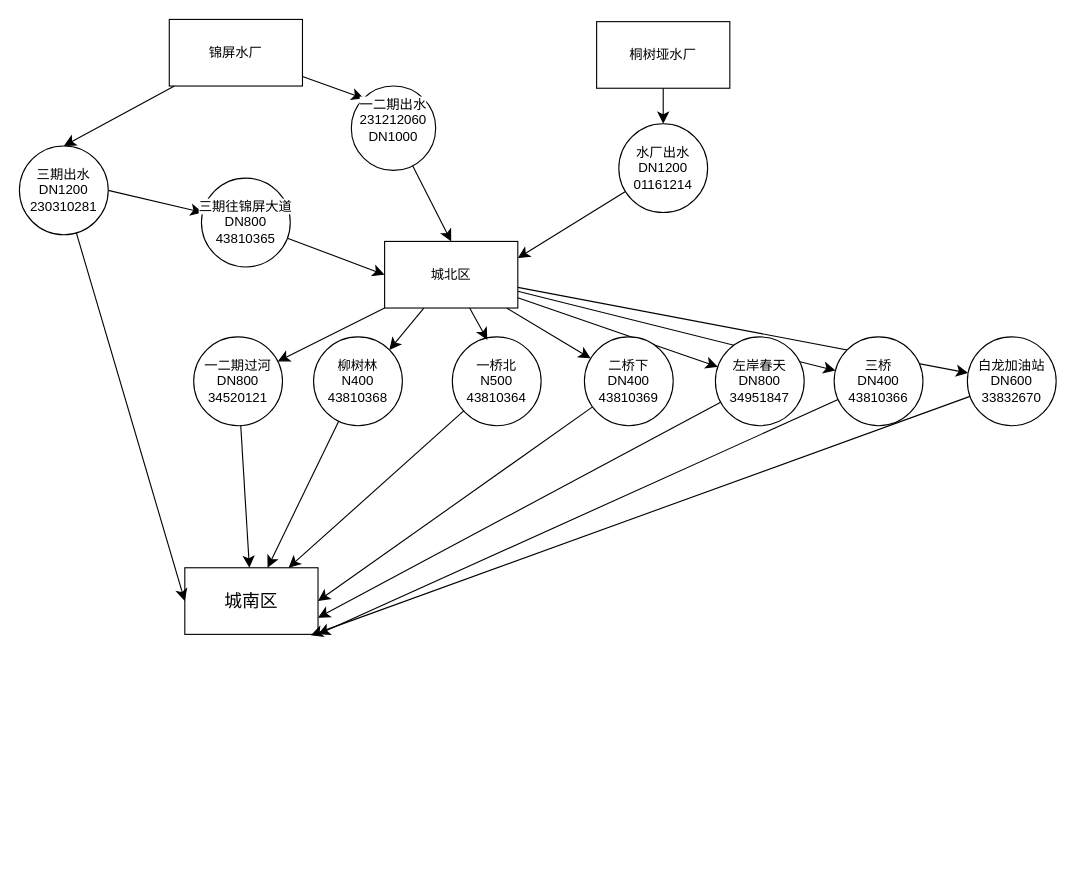
Above: 当阳分区草图.drawio in Z-oney/CS-Notes (draw.io), before the change. Source tidied: cells renumbered, new cells numbered last; positions are measured from the earlier drawing's top-left corner, leaving out a move shared by most shapes. Both pictures are drawn from the tidied source at 111%, with x=0, y=0 at pixel (19, 19).
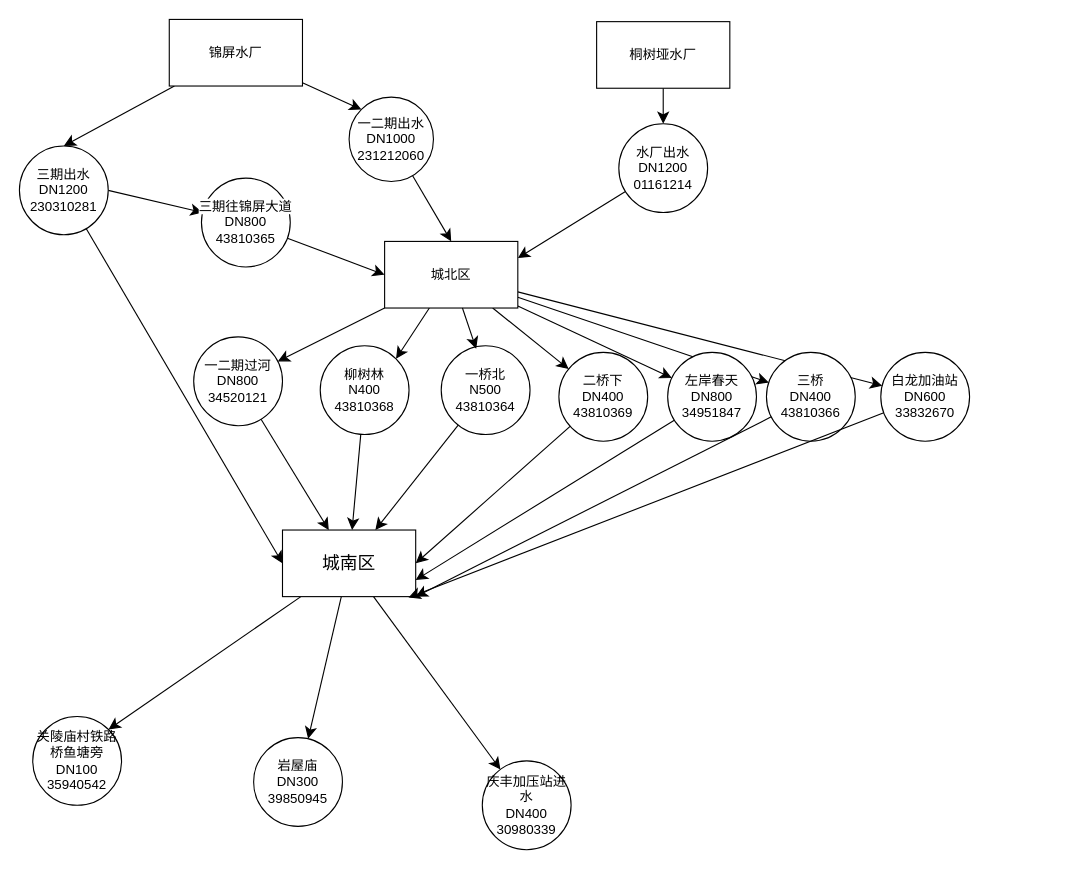
Above is the later version.

Commit message (it also covers changes not shown here):
更新当阳分区草图.drawio

What changed in the source:
```diff
@@
+    <mxCell id="39" style="edgeStyle=none;curved=1;rounded=0;jettySize=auto;html=1;fontSize=12;startSize=8;endSize=8;" parent="1" edge="1" source="14" target="44">
+      <mxGeometry relative="1" as="geometry" />
+    </mxCell>
+    <mxCell id="40" style="edgeStyle=none;curved=1;rounded=0;jettySize=auto;html=1;fontSize=12;startSize=8;endSize=8;" parent="1" edge="1" source="14" target="43">
+      <mxGeometry relative="1" as="geometry" />
+    </mxCell>
+    <mxCell id="41" style="edgeStyle=none;curved=1;rounded=0;jettySize=auto;html=1;entryX=1;entryY=0;entryDx=0;entryDy=0;fontSize=12;startSize=8;endSize=8;" parent="1" edge="1" source="14" target="42">
+      <mxGeometry relative="1" as="geometry" />
+    </mxCell>
     <mxCell id="14" value="&lt;span style=&quot;font-size: 16px; text-wrap-mode: nowrap;&quot;&gt;城南区&lt;/span&gt;" style="rounded=0;whiteSpace=wrap;html=1;" parent="1" vertex="1">
-      <mxGeometry x="149" y="494" width="120" height="60" as="geometry" />
+      <mxGeometry x="237" y="460" width="120" height="60" as="geometry" />
     </mxCell>
@@
-    <mxCell id="17" value="&#10;&lt;span style=&quot;forced-color-adjust: none; color: rgb(0, 0, 0); font-family: Helvetica; font-size: 12px; font-style: normal; font-variant-ligatures: normal; font-variant-caps: normal; font-weight: 400; letter-spacing: normal; orphans: 2; text-align: center; text-indent: 0px; text-transform: none; widows: 2; word-spacing: 0px; -webkit-text-stroke-width: 0px; white-space: nowrap; text-decoration-thickness: initial; text-decoration-style: initial; text-decoration-color: initial; background-color: light-dark(rgb(255, 255, 255), rgb(18, 18, 18));&quot;&gt;一二期出水&lt;/span&gt;&lt;br style=&quot;forced-color-adjust: none; color: rgb(0, 0, 0); font-family: Helvetica; font-size: 12px; font-style: normal; font-variant-ligatures: normal; font-variant-caps: normal; font-weight: 400; letter-spacing: normal; orphans: 2; text-align: center; text-indent: 0px; text-transform: none; widows: 2; word-spacing: 0px; -webkit-text-stroke-width: 0px; white-space: nowrap; background-color: rgb(236, 236, 236); text-decoration-thickness: initial; text-decoration-style: initial; text-decoration-color: initial;&quot;&gt;&lt;span style=&quot;forced-color-adjust: none; color: rgb(0, 0, 0); font-family: Helvetica; font-size: 12px; font-style: normal; font-variant-ligatures: normal; font-variant-caps: normal; font-weight: 400; letter-spacing: normal; orphans: 2; text-align: center; text-indent: 0px; text-transform: none; widows: 2; word-spacing: 0px; -webkit-text-stroke-width: 0px; white-space: nowrap; text-decoration-thickness: initial; text-decoration-style: initial; text-decoration-color: initial; background-color: light-dark(rgb(255, 255, 255), rgb(18, 18, 18));&quot;&gt;231212060&lt;/span&gt;&lt;br style=&quot;forced-color-adjust: none; color: rgb(0, 0, 0); font-family: Helvetica; font-size: 12px; font-style: normal; font-variant-ligatures: normal; font-variant-caps: normal; font-weight: 400; letter-spacing: normal; orphans: 2; text-align: center; text-indent: 0px; text-transform: none; widows: 2; word-spacing: 0px; -webkit-text-stroke-width: 0px; white-space: nowrap; background-color: rgb(236, 236, 236); text-decoration-thickness: initial; text-decoration-style: initial; text-decoration-color: initial;&quot;&gt;&lt;span style=&quot;forced-color-adjust: none; color: rgb(0, 0, 0); font-family: Helvetica; font-size: 12px; font-style: normal; font-variant-ligatures: normal; font-variant-caps: normal; font-weight: 400; letter-spacing: normal; orphans: 2; text-align: center; text-indent: 0px; text-transform: none; widows: 2; word-spacing: 0px; -webkit-text-stroke-width: 0px; white-space: nowrap; text-decoration-thickness: initial; text-decoration-style: initial; text-decoration-color: initial; background-color: light-dark(rgb(255, 255, 255), rgb(18, 18, 18));&quot;&gt;DN1000&lt;/span&gt;&#10;&#10;" style="ellipse;whiteSpace=wrap;html=1;" parent="1" vertex="1">
-      <mxGeometry x="299" y="60" width="76" height="76" as="geometry" />
+    <mxCell id="17" value="&lt;span style=&quot;forced-color-adjust: none; color: rgb(0, 0, 0); font-family: Helvetica; font-size: 12px; font-style: normal; font-variant-ligatures: normal; font-variant-caps: normal; font-weight: 400; letter-spacing: normal; orphans: 2; text-align: center; text-indent: 0px; text-transform: none; widows: 2; word-spacing: 0px; -webkit-text-stroke-width: 0px; white-space: nowrap; text-decoration-thickness: initial; text-decoration-style: initial; text-decoration-color: initial; background-color: light-dark(rgb(255, 255, 255), rgb(18, 18, 18));&quot;&gt;一二期出水&lt;/span&gt;&lt;br style=&quot;forced-color-adjust: none; color: rgb(0, 0, 0); font-family: Helvetica; font-size: 12px; font-style: normal; font-variant-ligatures: normal; font-variant-caps: normal; font-weight: 400; letter-spacing: normal; orphans: 2; text-align: center; text-indent: 0px; text-transform: none; widows: 2; word-spacing: 0px; -webkit-text-stroke-width: 0px; white-space: nowrap; background-color: rgb(236, 236, 236); text-decoration-thickness: initial; text-decoration-style: initial; text-decoration-color: initial;&quot;&gt;&lt;span style=&quot;forced-color-adjust: none; color: rgb(0, 0, 0); font-family: Helvetica; font-size: 12px; font-style: normal; font-variant-ligatures: normal; font-variant-caps: normal; font-weight: 400; letter-spacing: normal; orphans: 2; text-align: center; text-indent: 0px; text-transform: none; widows: 2; word-spacing: 0px; -webkit-text-stroke-width: 0px; white-space: nowrap; text-decoration-thickness: initial; text-decoration-style: initial; text-decoration-color: initial; background-color: light-dark(rgb(255, 255, 255), rgb(18, 18, 18));&quot;&gt;DN1000&lt;/span&gt;&lt;div&gt;&lt;span style=&quot;forced-color-adjust: none; color: rgb(0, 0, 0); font-family: Helvetica; font-size: 12px; font-style: normal; font-variant-ligatures: normal; font-variant-caps: normal; font-weight: 400; letter-spacing: normal; orphans: 2; text-align: center; text-indent: 0px; text-transform: none; widows: 2; word-spacing: 0px; -webkit-text-stroke-width: 0px; white-space: nowrap; text-decoration-thickness: initial; text-decoration-style: initial; text-decoration-color: initial; background-color: light-dark(rgb(255, 255, 255), rgb(18, 18, 18));&quot;&gt;231212060&lt;/span&gt;&lt;br&gt;&lt;/div&gt;" style="ellipse;whiteSpace=wrap;html=1;" parent="1" vertex="1">
+      <mxGeometry x="297" y="70" width="76" height="76" as="geometry" />
     </mxCell>
@@
     <mxCell id="27" value="&lt;div&gt;柳树林&lt;/div&gt;&lt;div&gt;N400&lt;/div&gt;&lt;div&gt;43810368&lt;/div&gt;" style="ellipse;whiteSpace=wrap;html=1;" parent="1" vertex="1">
-      <mxGeometry x="265" y="286" width="80" height="80" as="geometry" />
+      <mxGeometry x="271" y="294" width="80" height="80" as="geometry" />
     </mxCell>
@@
     <mxCell id="29" value="&lt;div&gt;一桥北&lt;/div&gt;&lt;div&gt;N500&lt;/div&gt;&lt;div&gt;43810364&lt;/div&gt;" style="ellipse;whiteSpace=wrap;html=1;" parent="1" vertex="1">
-      <mxGeometry x="390" y="286" width="80" height="80" as="geometry" />
+      <mxGeometry x="380" y="294" width="80" height="80" as="geometry" />
     </mxCell>
@@
     <mxCell id="31" value="&lt;div&gt;二桥下&lt;/div&gt;&lt;div&gt;DN400&lt;/div&gt;&lt;div&gt;43810369&lt;/div&gt;" style="ellipse;whiteSpace=wrap;html=1;" parent="1" vertex="1">
-      <mxGeometry x="509" y="286" width="80" height="80" as="geometry" />
+      <mxGeometry x="486" y="300" width="80" height="80" as="geometry" />
     </mxCell>
@@
     <mxCell id="33" value="&lt;div&gt;左岸春天&lt;/div&gt;&lt;div&gt;DN800&lt;/div&gt;&lt;div&gt;34951847&lt;/div&gt;" style="ellipse;whiteSpace=wrap;html=1;" parent="1" vertex="1">
-      <mxGeometry x="627" y="286" width="80" height="80" as="geometry" />
+      <mxGeometry x="584" y="300" width="80" height="80" as="geometry" />
     </mxCell>
     <mxCell id="34" value="&lt;div&gt;白龙加油站&lt;/div&gt;&lt;div&gt;DN600&lt;/div&gt;&lt;div&gt;33832670&lt;/div&gt;" style="ellipse;whiteSpace=wrap;html=1;" parent="1" vertex="1">
-      <mxGeometry x="854" y="286" width="80" height="80" as="geometry" />
+      <mxGeometry x="776" y="300" width="80" height="80" as="geometry" />
     </mxCell>
@@
     <mxCell id="36" value="&lt;div&gt;三桥&lt;/div&gt;&lt;div&gt;DN400&lt;/div&gt;&lt;div&gt;43810366&lt;/div&gt;" style="ellipse;whiteSpace=wrap;html=1;" parent="1" vertex="1">
-      <mxGeometry x="734" y="286" width="80" height="80" as="geometry" />
+      <mxGeometry x="673" y="300" width="80" height="80" as="geometry" />
     </mxCell>
@@
+    <mxCell id="42" value="&lt;div&gt;关陵庙村铁路桥鱼塘旁&lt;/div&gt;&lt;div&gt;DN100&lt;/div&gt;&lt;div&gt;35940542&lt;/div&gt;" style="ellipse;whiteSpace=wrap;html=1;" parent="1" vertex="1">
+      <mxGeometry x="12" y="628" width="80" height="80" as="geometry" />
+    </mxCell>
+    <mxCell id="43" value="&lt;div&gt;岩屋庙&lt;/div&gt;&lt;div&gt;DN300&lt;/div&gt;&lt;div&gt;39850945&lt;/div&gt;" style="ellipse;whiteSpace=wrap;html=1;" parent="1" vertex="1">
+      <mxGeometry x="211" y="647" width="80" height="80" as="geometry" />
+    </mxCell>
+    <mxCell id="44" value="&lt;div&gt;庆丰加压站进水&lt;/div&gt;&lt;div&gt;DN400&lt;/div&gt;&lt;div&gt;30980339&lt;/div&gt;" style="ellipse;whiteSpace=wrap;html=1;" parent="1" vertex="1">
+      <mxGeometry x="417" y="668" width="80" height="80" as="geometry" />
+    </mxCell>
```
